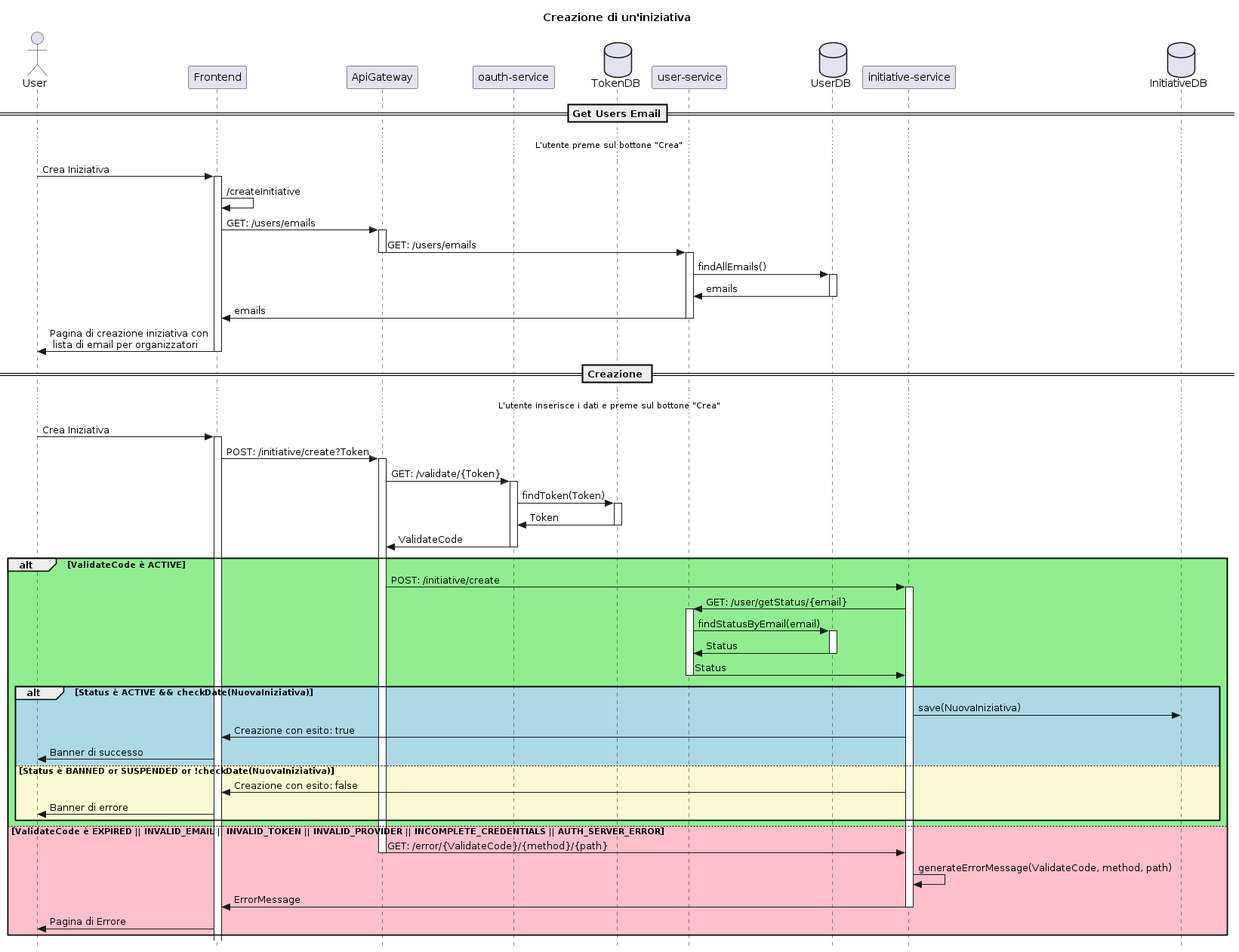
LorenzoSciandra/CivicLife keeps this PlantUML diagram as documentation/sequenceDiagram/creazioneIniziativa.png. Above is the earlier version. Its diagram source:
```plantuml
@startuml

skinparam style strictuml

title Creazione di un'iniziativa

actor User
participant Frontend
participant ApiGateway as api
participant "oauth-service" as oauthS
database "TokenDB" as tokendb
participant "user-service" as userS
database "UserDB" as userdb
participant "initiative-service" as initS
database "InitiativeDB" as initdb

== Get Users Email==
... L'utente preme sul bottone "Crea" ...
User -> Frontend: Crea Iniziativa
activate Frontend
Frontend -> Frontend: /createInitiative
Frontend -> api: GET: /users/emails
activate api
api->userS: GET: /users/emails
deactivate api
activate userS
userS -> userdb: findAllEmails()
activate userdb
userdb -> userS: emails
deactivate userdb
userS -> Frontend: emails
deactivate userS
Frontend -> User: Pagina di creazione iniziativa con\n lista di email per organizzatori
deactivate Frontend

== Creazione ==
... L'utente inserisce i dati e preme sul bottone "Crea" ...

User -> Frontend: Crea Iniziativa
activate Frontend
Frontend -> api: POST: /initiative/create?Token
activate api
api -> oauthS: GET: /validate/{Token}
activate oauthS
oauthS -> tokendb: findToken(Token)
activate tokendb
tokendb -> oauthS: Token
deactivate tokendb
oauthS -> api: ValidateCode
deactivate oauthS

alt #LightGreen ValidateCode è ACTIVE
    api->initS: POST: /initiative/create
    activate initS
    initS-> userS: GET: /user/getStatus/{email}
    activate userS
    userS -> userdb: findStatusByEmail(email)
    activate userdb
    userdb -> userS: Status
    deactivate userdb
    userS -> initS: Status
    deactivate userS

    alt #LightBlue Status è ACTIVE && checkDate(NuovaIniziativa)
        initS -> initdb: save(NuovaIniziativa)
        initS->Frontend: Creazione con esito: true
        Frontend -> User: Banner di successo
    else #LightGoldenRodYellow Status è BANNED or SUSPENDED or !checkDate(NuovaIniziativa)
        initS->Frontend: Creazione con esito: false
        Frontend -> User: Banner di errore
    end


else #Pink ValidateCode è EXPIRED || INVALID_EMAIL || INVALID_TOKEN || INVALID_PROVIDER || INCOMPLETE_CREDENTIALS || AUTH_SERVER_ERROR
    api -> initS: GET: /error/{ValidateCode}/{method}/{path}
    deactivate api
    initS -> initS: generateErrorMessage(ValidateCode, method, path)
    initS -> Frontend: ErrorMessage
    deactivate initS
    Frontend -> User: Pagina di Errore
end

@enduml
```
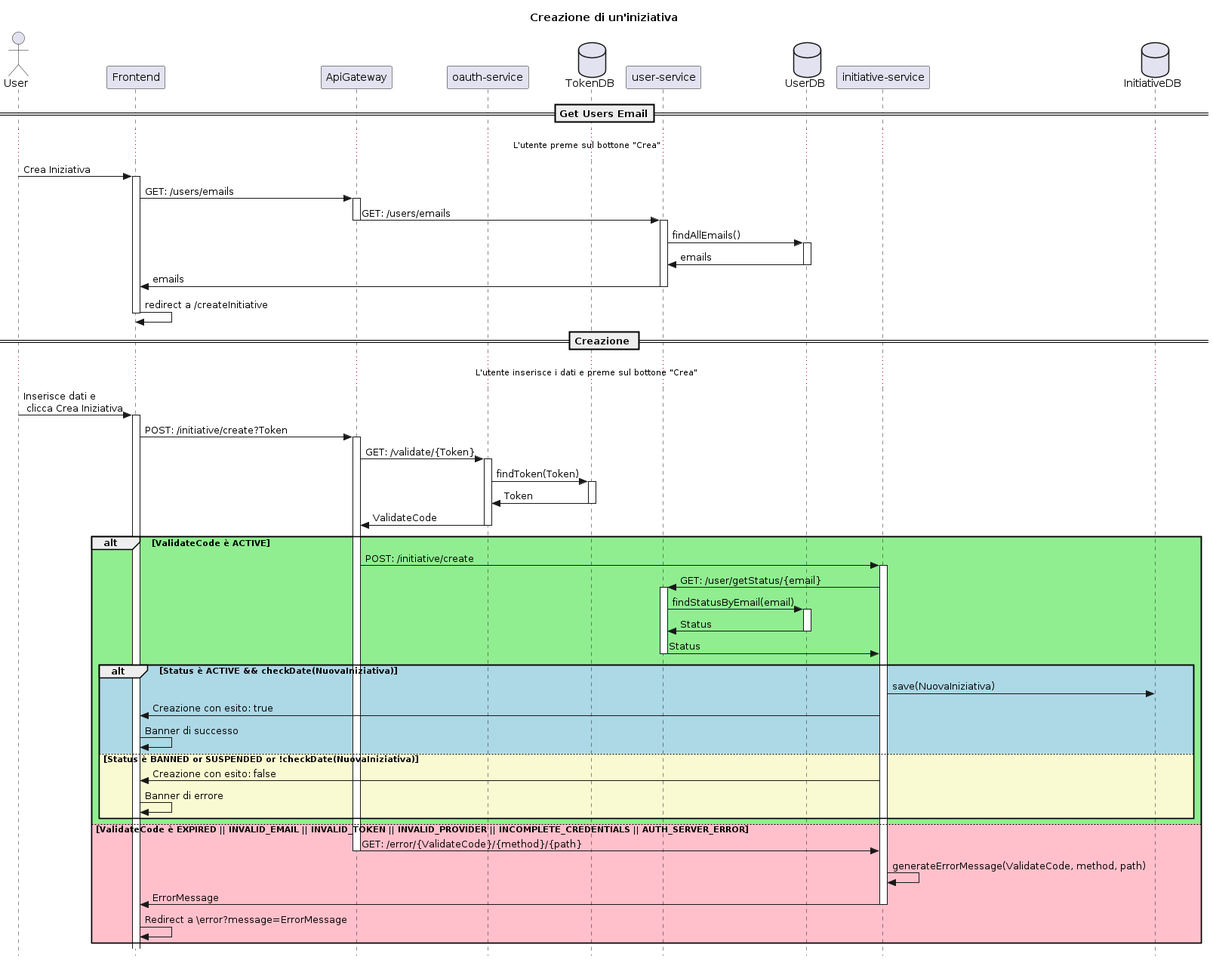
Above is the later version.

What changed in the source:
```diff
@@ -18,7 +18,6 @@
 ... L'utente preme sul bottone "Crea" ...
 User -> Frontend: Crea Iniziativa
 activate Frontend
-Frontend -> Frontend: /createInitiative
 Frontend -> api: GET: /users/emails
 activate api
 api->userS: GET: /users/emails
@@ -30,13 +29,13 @@
 deactivate userdb
 userS -> Frontend: emails
 deactivate userS
-Frontend -> User: Pagina di creazione iniziativa con\n lista di email per organizzatori
+Frontend -> Frontend: redirect a /createInitiative
 deactivate Frontend
 
 == Creazione ==
 ... L'utente inserisce i dati e preme sul bottone "Crea" ...
 
-User -> Frontend: Crea Iniziativa
+User -> Frontend: Inserisce dati e \n clicca Crea Iniziativa
 activate Frontend
 Frontend -> api: POST: /initiative/create?Token
 activate api
@@ -64,10 +63,10 @@
     alt #LightBlue Status è ACTIVE && checkDate(NuovaIniziativa)
         initS -> initdb: save(NuovaIniziativa)
         initS->Frontend: Creazione con esito: true
-        Frontend -> User: Banner di successo
+        Frontend -> Frontend: Banner di successo
     else #LightGoldenRodYellow Status è BANNED or SUSPENDED or !checkDate(NuovaIniziativa)
         initS->Frontend: Creazione con esito: false
-        Frontend -> User: Banner di errore
+        Frontend -> Frontend: Banner di errore
     end
 
 
@@ -77,7 +76,7 @@
     initS -> initS: generateErrorMessage(ValidateCode, method, path)
     initS -> Frontend: ErrorMessage
     deactivate initS
-    Frontend -> User: Pagina di Errore
+    Frontend -> Frontend: Redirect a \error?message=ErrorMessage
 end
 
 @enduml
```
